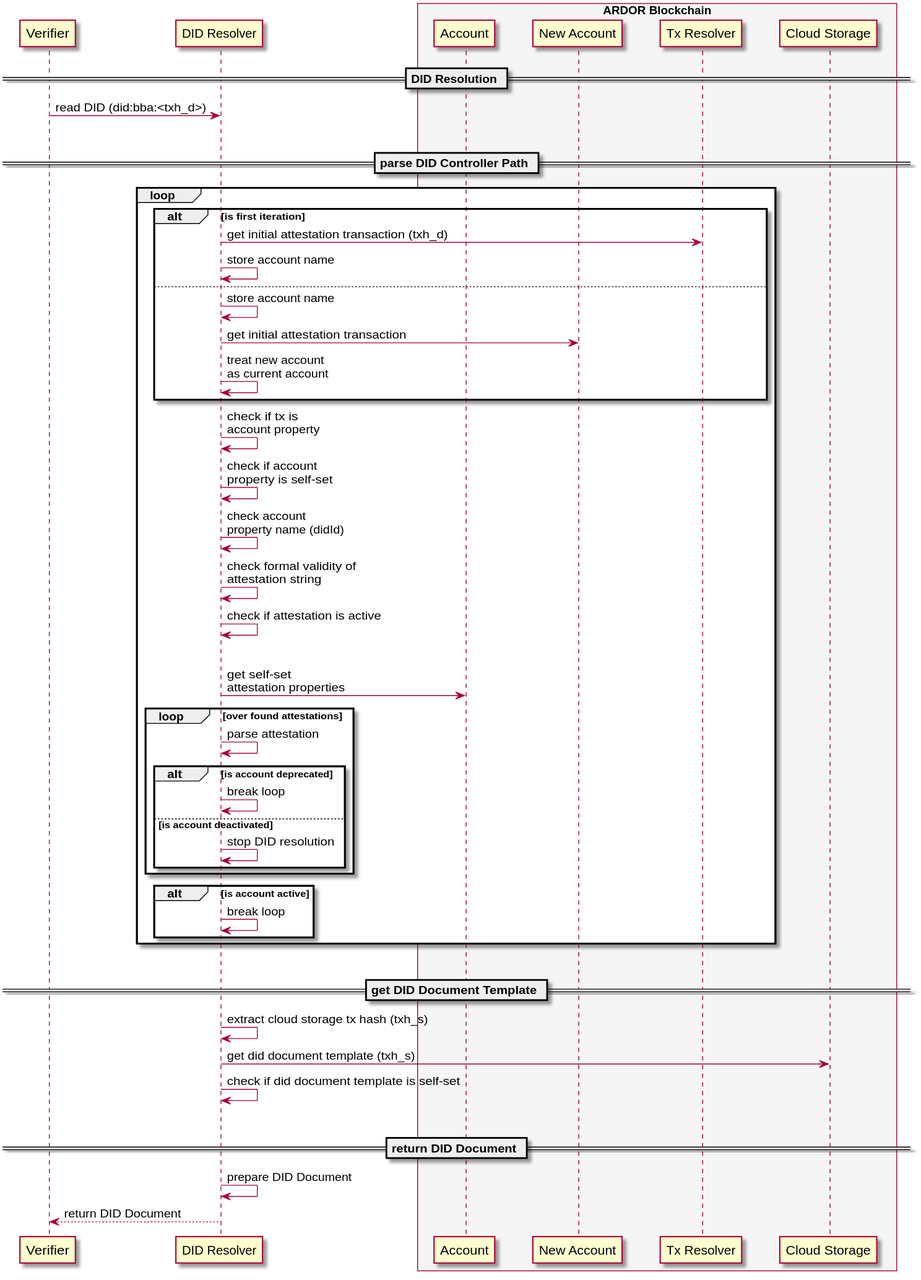
This is docs/plantuml/out/did-resolve.svg from blobaa/bba-did-method-specification, a PlantUML export, as it was before one commit.
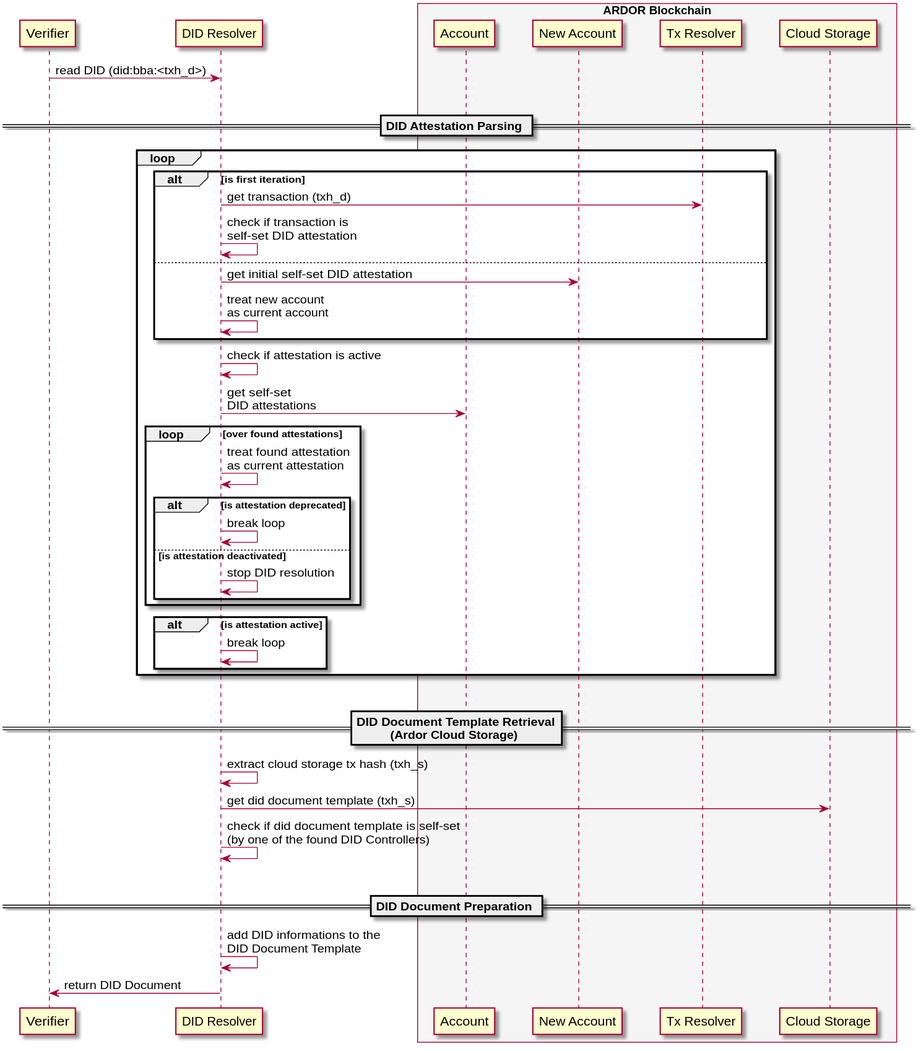
The same diagram one commit later.

Commit message:
added resolution description

What changed in the source:
```diff
@@ -3,7 +3,7 @@
 skinparam ParticipantPadding 15
 
 
-participant "Verifier" as USR
+participant "Verifier" as VER
 participant "DID Resolver" as RES
 box "ARDOR Blockchain" #WhiteSmoke
     participant "Account" as ATTE
@@ -13,58 +13,52 @@
 end box
 
 
-== DID Resolution ==
 
-
-USR -> RES: read DID (did:bba:<txh_d>)
+VER -> RES: read DID (did:bba:<txh_d>)
 |||
 
 
-== parse DID Controller Path ==
+== DID Attestation Parsing ==
 
 loop
     alt is first iteration
-        RES -> TXR: get initial attestation transaction (txh_d)
-        RES -> RES: store account name
+        RES -> TXR: get transaction (txh_d)
+        RES -> RES: check if transaction is\nself-set DID attestation
     else
-        RES -> RES: store account name
-        RES -> NATTE: get initial attestation transaction
+        RES -> NATTE: get initial self-set DID attestation
         RES -> RES: treat new account\nas current account
     end
-    RES -> RES: check if tx is\naccount property
-    RES -> RES: check if account\nproperty is self-set
-    RES -> RES: check account\nproperty name (didId)
-    RES -> RES: check formal validity of\nattestation string
+
     RES -> RES: check if attestation is active
-    |||
-    RES -> ATTE: get self-set\nattestation properties
+    RES -> ATTE: get self-set\nDID attestations
+
     loop over found attestations
-        RES -> RES: parse attestation
-        alt is account deprecated
+        RES -> RES: treat found attestation\nas current attestation
+        alt is attestation deprecated
             RES -> RES: break loop
-        else is account deactivated
+        else is attestation deactivated
             RES -> RES: stop DID resolution
         end
     end
-    alt is account active
+    alt is attestation active
         RES -> RES: break loop
     end
 end
 |||
 
 
-== get DID Document Template ==
+== DID Document Template Retrieval\n(Ardor Cloud Storage) ==
 
 RES -> RES: extract cloud storage tx hash (txh_s)
 RES -> STR: get did document template (txh_s)
-RES -> RES: check if did document template is self-set
+RES -> RES: check if did document template is self-set\n(by one of the found DID Controllers)
 |||
 
 
-== return DID Document ==
+== DID Document Preparation ==
 
-RES -> RES: prepare DID Document
-RES --> USR: return DID Document
+RES -> RES: add DID informations to the\nDID Document Template
+RES -> VER: return DID Document
 
 
 @enduml
```
